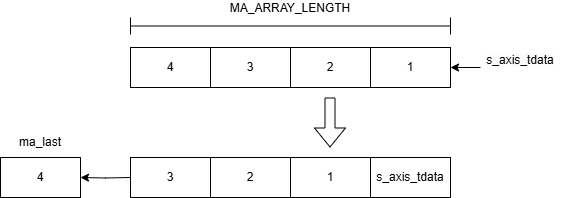
The draw.io diagram gitfigures/system_design/fpga/moving_average.png in Niclasapdk/esd5_project, before a commit. Source tidied: cells renumbered, new cells last; positions are measured from the earlier drawing's top-left corner, leaving out a move shared by most shapes.
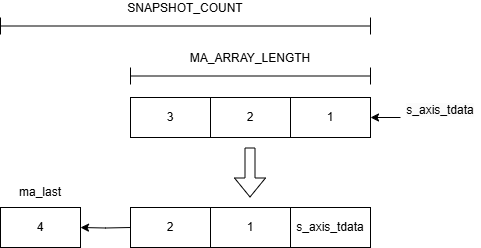
Above is the later version.

Diff of the diagram source:
```diff
@@ -24,7 +24,7 @@
       </mxGeometry>
     </mxCell>
     <mxCell id="8" value="4" style="rounded=0;whiteSpace=wrap;html=1;" parent="1" vertex="1">
-      <mxGeometry y="140" width="80" height="40" as="geometry" />
+      <mxGeometry x="80" y="140" width="80" height="40" as="geometry" />
     </mxCell>
     <mxCell id="9" value="2" style="rounded=0;whiteSpace=wrap;html=1;" parent="1" vertex="1">
       <mxGeometry x="210" y="140" width="80" height="40" as="geometry" />
@@ -37,20 +37,17 @@
     </mxCell>
     <mxCell id="12" style="edgeStyle=orthogonalEdgeStyle;rounded=0;jettySize=auto;html=1;exitX=0;exitY=0.5;exitDx=0;exitDy=0;entryX=1;entryY=0.5;entryDx=0;entryDy=0;" parent="1" edge="1" target="8">
       <mxGeometry relative="1" as="geometry">
-        <mxPoint x="130" y="160" as="sourcePoint" />
+        <mxPoint x="210" y="160" as="sourcePoint" />
       </mxGeometry>
     </mxCell>
     <mxCell id="13" value="ma_last" style="text;html=1;align=center;verticalAlign=middle;whiteSpace=wrap;rounded=0;" parent="1" vertex="1">
-      <mxGeometry x="10" y="110" width="60" height="30" as="geometry" />
+      <mxGeometry x="90" y="110" width="60" height="30" as="geometry" />
     </mxCell>
+    <mxCell id="17" value="SNAPSHOT_COUNT" style="shape=crossbar;whiteSpace=wrap;html=1;rounded=1;labelPosition=center;verticalLabelPosition=top;align=center;verticalAlign=bottom;" parent="1" vertex="1">
+      <mxGeometry x="80" y="-50" width="370" height="17" as="geometry" />
+    </mxCell>
     <mxCell id="14" value="MA_ARRAY_LENGTH" style="shape=crossbar;whiteSpace=wrap;html=1;rounded=1;labelPosition=center;verticalLabelPosition=top;align=center;verticalAlign=bottom;" parent="1" vertex="1">
-      <mxGeometry x="130" width="320" height="17" as="geometry" />
+      <mxGeometry x="210" width="240" height="17" as="geometry" />
     </mxCell>
-    <mxCell id="15" value="3" style="rounded=0;whiteSpace=wrap;html=1;" parent="1" vertex="1">
-      <mxGeometry x="130" y="140" width="80" height="40" as="geometry" />
-    </mxCell>
-    <mxCell id="16" value="4" style="rounded=0;whiteSpace=wrap;html=1;" parent="1" vertex="1">
-      <mxGeometry x="130" y="30" width="80" height="40" as="geometry" />
-    </mxCell>
   </root>
 </mxGraphModel>
```
